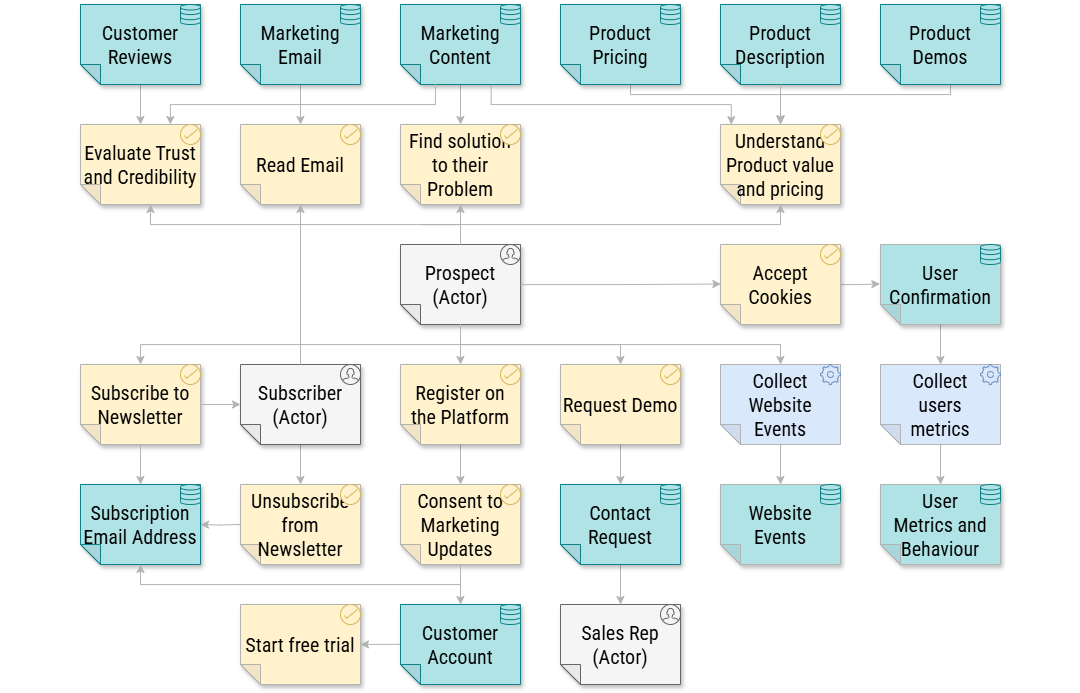
The draw.io diagram chapter-06/figure-6.10.drawio.png in software-architecture-guild/modeling-software-architecture, before a commit. Source tidied: cells renumbered, new cells last; positions are measured from the earlier drawing's top-left corner, leaving out a move shared by most shapes.
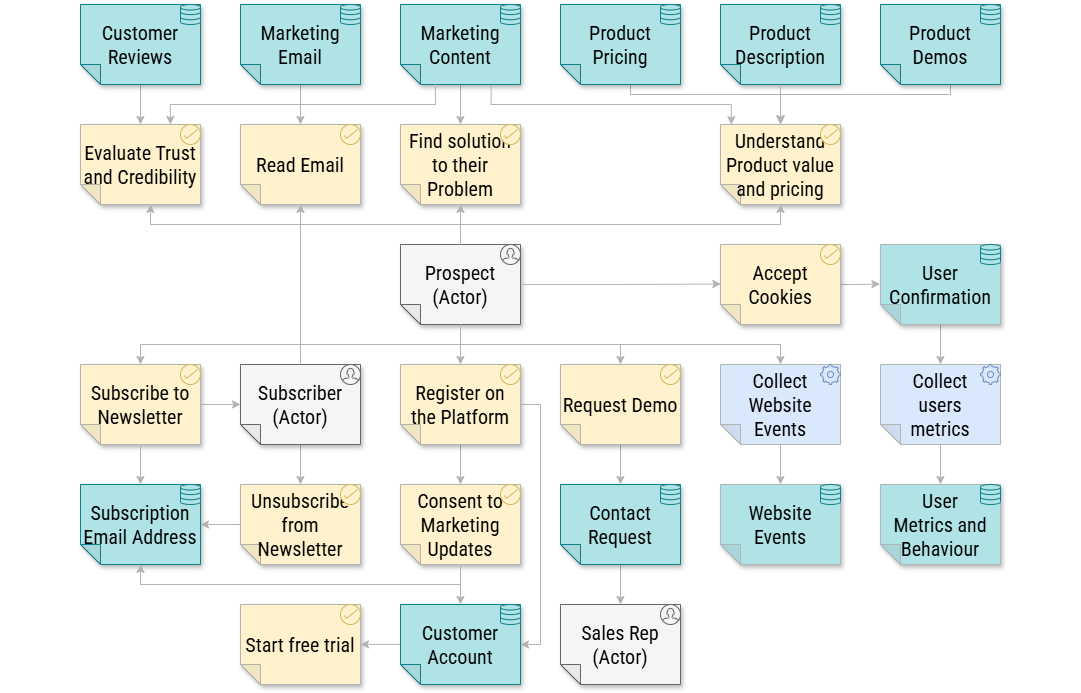
After the change.

The edit, as a diff of the source:
```diff
@@ -310,5 +310,15 @@
     <mxCell id="89" style="html=1;verticalLabelPosition=bottom;align=center;labelBackgroundColor=#ffffff;verticalAlign=top;strokeWidth=1;shadow=0;dashed=0;shape=mxgraph.ios7.icons.settings;fillColor=#dae8fc;strokeColor=#6c8ebf;fontFamily=Roboto Condensed;fontSource=https%3A%2F%2Ffonts.googleapis.com%2Fcss%3Ffamily%3DRoboto%2BCondensed;fontSize=20;fontColor=#000000;" parent="1" vertex="1">
       <mxGeometry x="980" y="360" width="20" height="20" as="geometry" />
     </mxCell>
+    <mxCell id="90" style="edgeStyle=orthogonalEdgeStyle;html=1;entryX=0;entryY=0.5;entryDx=0;entryDy=0;entryPerimeter=0;rounded=0;curved=0;fontFamily=Roboto Condensed;fontSource=https%3A%2F%2Ffonts.googleapis.com%2Fcss%3Ffamily%3DRoboto%2BCondensed;fontSize=20;strokeColor=#B3B3B3;fontColor=#000000;" parent="1" edge="1">
+      <mxGeometry x="0.51" relative="1" as="geometry">
+        <mxPoint x="520" y="400" as="sourcePoint" />
+        <mxPoint x="520" y="640" as="targetPoint" />
+        <Array as="points">
+          <mxPoint x="540" y="400" />
+          <mxPoint x="540" y="640.3" />
+        </Array>
+      </mxGeometry>
+    </mxCell>
   </root>
 </mxGraphModel>
```
